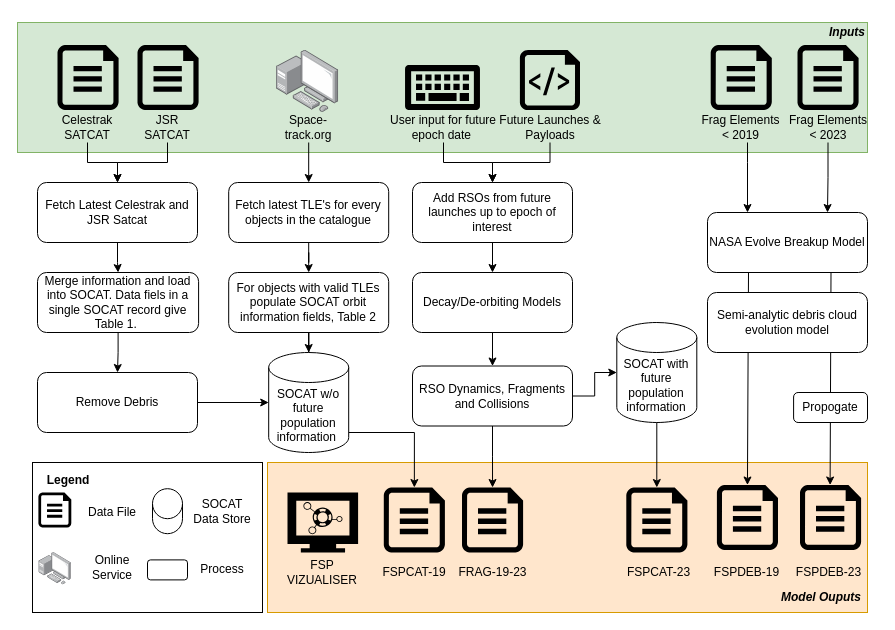
Earlier version of the draw.io diagram Methodology.drawio (blueriver212/ODLAPI). Source tidied: cells renumbered, new cells numbered last; positions are measured from the earlier drawing's top-left corner, leaving out a move shared by most shapes. Both pictures are drawn from the tidied source at 100%, with x=0, y=0 at pixel (17, 17).
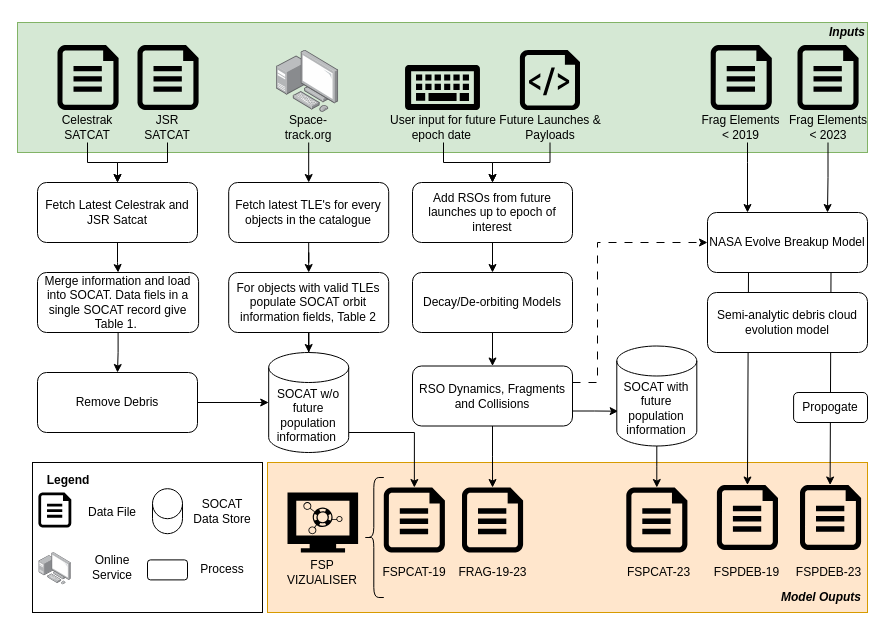
The same diagram, later.

Unchanged cells that the change refers to:
```xml
<mxCell id="39" value="RSO Dynamics, Fragments and Collisions" style="rounded=1;whiteSpace=wrap;html=1;" parent="1" vertex="1">
  <mxGeometry x="395" y="348.5" width="160" height="60" as="geometry" />
</mxCell>
<mxCell id="42" value="NASA Evolve Breakup Model" style="rounded=1;whiteSpace=wrap;html=1;" parent="1" vertex="1">
  <mxGeometry x="690" y="195" width="160" height="60" as="geometry" />
</mxCell>
```

Diff of the diagram source:
```diff
@@
-    <mxCell id="37" style="edgeStyle=orthogonalEdgeStyle;rounded=0;jettySize=auto;html=1;entryX=0;entryY=0.5;entryDx=0;entryDy=0;entryPerimeter=0;" parent="1" edge="1" source="39" target="41">
+    <mxCell id="37" style="edgeStyle=orthogonalEdgeStyle;rounded=0;jettySize=auto;html=1;entryX=0.017;entryY=0.652;entryDx=0;entryDy=0;entryPerimeter=0;exitX=1;exitY=0.75;exitDx=0;exitDy=0;" parent="1" edge="1" source="39" target="41">
       <mxGeometry relative="1" as="geometry" />
     </mxCell>
@@
+    <mxCell id="76" style="edgeStyle=orthogonalEdgeStyle;rounded=0;jettySize=auto;html=1;entryX=0;entryY=0.5;entryDx=0;entryDy=0;dashed=1;dashPattern=8 8;" parent="1" edge="1" source="39" target="42">
+      <mxGeometry relative="1" as="geometry">
+        <Array as="points">
+          <mxPoint x="580" y="365" />
+          <mxPoint x="580" y="225" />
+        </Array>
+      </mxGeometry>
+    </mxCell>
@@
     <mxCell id="41" value="SOCAT with future population information" style="shape=cylinder3;whiteSpace=wrap;html=1;boundedLbl=1;backgroundOutline=1;size=15;" parent="1" vertex="1">
-      <mxGeometry x="599.3" y="305" width="80" height="100" as="geometry" />
+      <mxGeometry x="599.3" y="328.5" width="80" height="100" as="geometry" />
     </mxCell>
@@
+    <mxCell id="77" style="shape=curlyBracket;whiteSpace=wrap;html=1;rounded=1;labelPosition=left;verticalLabelPosition=middle;align=right;verticalAlign=middle;" parent="1" vertex="1">
+      <mxGeometry x="346.3" y="460" width="20" height="120" as="geometry" />
+    </mxCell>
```
